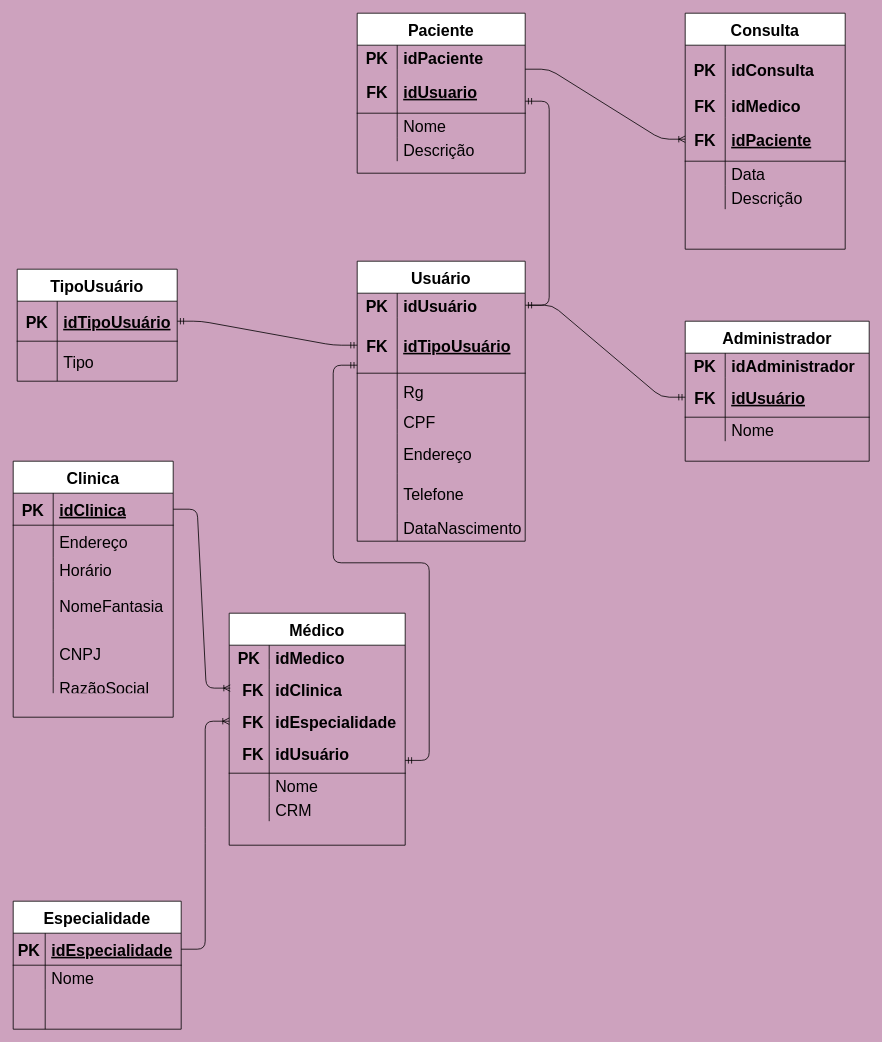
Before: SP Medical Group/Modelagens/med_group_lógico.drawio in KemillyFerreira/senai_sprint1-bd, a draw.io diagram. Source tidied: cells renumbered, new cells numbered last; positions are measured from the earlier drawing's top-left corner, leaving out a move shared by most shapes. Both pictures are drawn from the tidied source at 80%, with x=0, y=0 at pixel (13, 13).
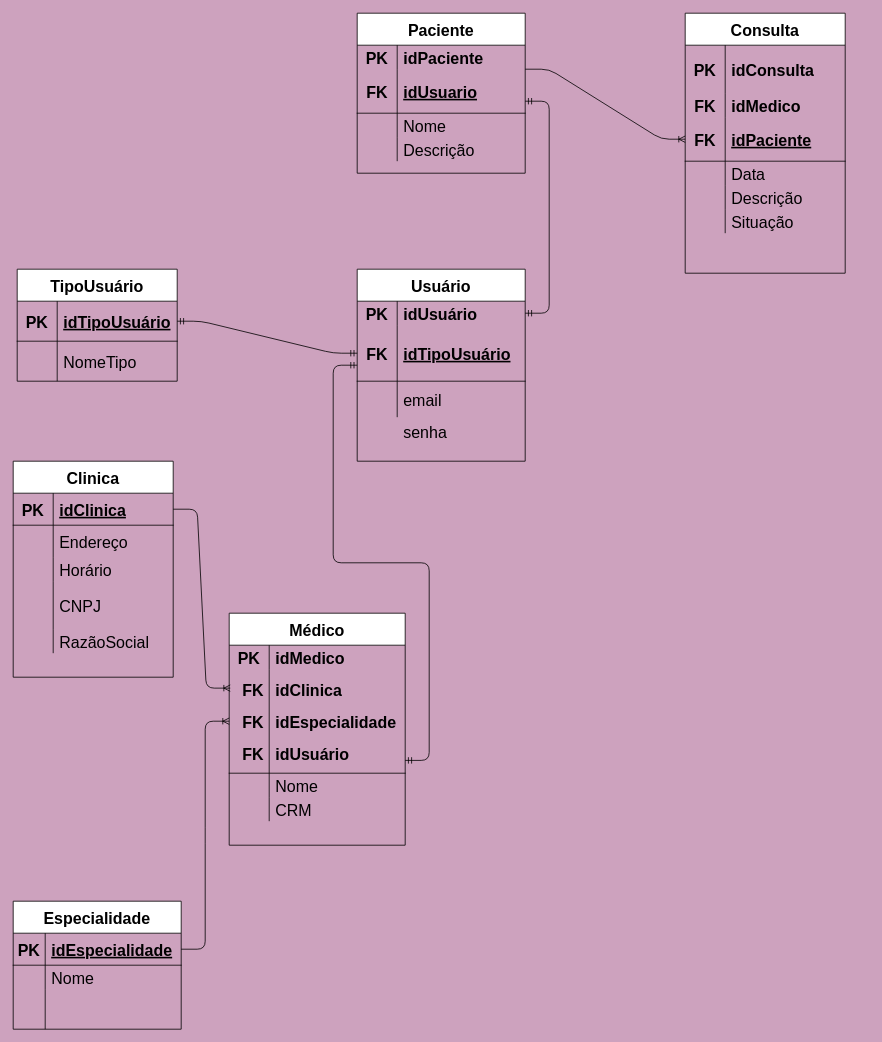
The same diagram, later.

Unchanged cells that the change refers to:
```xml
<mxCell id="6" style="shape=partialRectangle;fillColor=none;top=0;left=0;bottom=0;right=0;" parent="2" vertex="1">
  <mxGeometry y="90" width="200" height="50" as="geometry" />
</mxCell>
<mxCell id="16" style="shape=partialRectangle;fillColor=none;top=0;left=0;bottom=0;right=0;" parent="9" vertex="1">
  <mxGeometry y="140" width="210" height="45" as="geometry" />
</mxCell>
```

The edit, as a diff of the source:
```diff
@@
-    <mxCell id="8" value="Tipo" style="shape=partialRectangle;fillColor=none;top=0;left=0;bottom=0;right=0;align=left;spacingLeft=6;overflow=hidden;fontSize=20;" parent="6" vertex="1">
+    <mxCell id="8" value="NomeTipo" style="shape=partialRectangle;fillColor=none;top=0;left=0;bottom=0;right=0;align=left;spacingLeft=6;overflow=hidden;fontSize=20;" parent="6" vertex="1">
       <mxGeometry x="50" width="150" height="50" as="geometry" />
     </mxCell>
     <mxCell id="9" value="Usuário" style="shape=table;startSize=40;childLayout=tableLayout;rowLines=0;fontStyle=1;align=center;fontSize=20;" parent="1" vertex="1">
-      <mxGeometry x="430" y="310" width="210" height="350" as="geometry" />
+      <mxGeometry x="430" y="320" width="210" height="240" as="geometry" />
     </mxCell>
@@
-    <mxCell id="18" value="Rg" style="shape=partialRectangle;fillColor=none;top=0;left=0;bottom=0;right=0;align=left;spacingLeft=6;overflow=hidden;fontSize=20;" parent="16" vertex="1">
+    <mxCell id="18" value="email" style="shape=partialRectangle;fillColor=none;top=0;left=0;bottom=0;right=0;align=left;spacingLeft=6;overflow=hidden;fontSize=20;" parent="16" vertex="1">
       <mxGeometry x="50" width="160" height="45" as="geometry" />
     </mxCell>
-    <mxCell id="19" style="shape=partialRectangle;fillColor=none;top=0;left=0;bottom=0;right=0;" parent="9" vertex="1">
-      <mxGeometry y="185" width="210" height="30" as="geometry" />
-    </mxCell>
-    <mxCell id="20" style="shape=partialRectangle;fillColor=none;top=0;left=0;bottom=0;right=0;overflow=hidden;" parent="19" vertex="1">
-      <mxGeometry width="50" height="30" as="geometry" />
-    </mxCell>
-    <mxCell id="21" value="CPF" style="shape=partialRectangle;fillColor=none;top=0;left=0;bottom=0;right=0;align=left;spacingLeft=6;overflow=hidden;fontSize=20;" parent="19" vertex="1">
-      <mxGeometry x="50" width="160" height="30" as="geometry" />
-    </mxCell>
-    <mxCell id="22" style="shape=partialRectangle;fillColor=none;top=0;left=0;bottom=0;right=0;" parent="9" vertex="1">
-      <mxGeometry y="215" width="210" height="50" as="geometry" />
-    </mxCell>
-    <mxCell id="23" style="shape=partialRectangle;fillColor=none;top=0;left=0;bottom=0;right=0;overflow=hidden;" parent="22" vertex="1">
-      <mxGeometry width="50" height="50" as="geometry" />
-    </mxCell>
-    <mxCell id="24" value="Endereço" style="shape=partialRectangle;fillColor=none;top=0;left=0;bottom=0;right=0;align=left;spacingLeft=6;overflow=hidden;fontSize=20;" parent="22" vertex="1">
-      <mxGeometry x="50" width="160" height="50" as="geometry" />
-    </mxCell>
-    <mxCell id="25" style="shape=partialRectangle;fillColor=none;top=0;left=0;bottom=0;right=0;" parent="9" vertex="1">
-      <mxGeometry y="265" width="210" height="50" as="geometry" />
-    </mxCell>
-    <mxCell id="26" style="shape=partialRectangle;fillColor=none;top=0;left=0;bottom=0;right=0;overflow=hidden;" parent="25" vertex="1">
-      <mxGeometry width="50" height="50" as="geometry" />
-    </mxCell>
-    <mxCell id="27" value="Telefone" style="shape=partialRectangle;fillColor=none;top=0;left=0;bottom=0;right=0;align=left;spacingLeft=6;overflow=hidden;fontSize=20;" parent="25" vertex="1">
-      <mxGeometry x="50" width="160" height="50" as="geometry" />
-    </mxCell>
-    <mxCell id="28" style="shape=partialRectangle;fillColor=none;top=0;left=0;bottom=0;right=0;" parent="9" vertex="1">
-      <mxGeometry y="315" width="210" height="35" as="geometry" />
-    </mxCell>
-    <mxCell id="29" style="shape=partialRectangle;fillColor=none;top=0;left=0;bottom=0;right=0;overflow=hidden;" parent="28" vertex="1">
-      <mxGeometry width="50" height="35" as="geometry" />
-    </mxCell>
-    <mxCell id="30" value="DataNascimento" style="shape=partialRectangle;fillColor=none;top=0;left=0;bottom=0;right=0;align=left;spacingLeft=6;overflow=hidden;fontSize=20;" parent="28" vertex="1">
-      <mxGeometry x="50" width="160" height="35" as="geometry" />
-    </mxCell>
     <mxCell id="31" value="Clinica" style="shape=table;startSize=40;childLayout=tableLayout;rowLines=0;fontStyle=1;align=center;fontSize=20;" parent="1" vertex="1">
-      <mxGeometry y="560" width="200" height="320" as="geometry" />
+      <mxGeometry y="560" width="200" height="270" as="geometry" />
     </mxCell>
@@
-    <mxCell id="41" style="shape=partialRectangle;fillColor=none;top=0;left=0;bottom=0;right=0;" parent="31" vertex="1">
-      <mxGeometry y="150" width="200" height="60" as="geometry" />
-    </mxCell>
-    <mxCell id="42" style="shape=partialRectangle;fillColor=none;top=0;left=0;bottom=0;right=0;overflow=hidden;" parent="41" vertex="1">
-      <mxGeometry width="50" height="60" as="geometry" />
-    </mxCell>
-    <mxCell id="43" value="NomeFantasia" style="shape=partialRectangle;fillColor=none;top=0;left=0;bottom=0;right=0;align=left;spacingLeft=6;overflow=hidden;fontSize=20;" parent="41" vertex="1">
-      <mxGeometry x="50" width="150" height="60" as="geometry" />
-    </mxCell>
     <mxCell id="44" style="shape=partialRectangle;fillColor=none;top=0;left=0;bottom=0;right=0;" parent="31" vertex="1">
-      <mxGeometry y="210" width="200" height="60" as="geometry" />
+      <mxGeometry y="150" width="200" height="60" as="geometry" />
     </mxCell>
@@
     <mxCell id="47" style="shape=partialRectangle;fillColor=none;top=0;left=0;bottom=0;right=0;" parent="31" vertex="1">
-      <mxGeometry y="270" width="200" height="20" as="geometry" />
+      <mxGeometry y="210" width="200" height="30" as="geometry" />
     </mxCell>
     <mxCell id="48" style="shape=partialRectangle;fillColor=none;top=0;left=0;bottom=0;right=0;overflow=hidden;" parent="47" vertex="1">
-      <mxGeometry width="50" height="20" as="geometry" />
+      <mxGeometry width="50" height="30" as="geometry" />
     </mxCell>
     <mxCell id="49" value="RazãoSocial" style="shape=partialRectangle;fillColor=none;top=0;left=0;bottom=0;right=0;align=left;spacingLeft=6;overflow=hidden;fontSize=20;" parent="47" vertex="1">
-      <mxGeometry x="50" width="150" height="20" as="geometry" />
+      <mxGeometry x="50" width="150" height="30" as="geometry" />
     </mxCell>
@@
     <mxCell id="99" value="Consulta" style="shape=table;startSize=40;childLayout=tableLayout;rowLines=0;fontStyle=1;align=center;fontSize=20;" parent="1" vertex="1">
-      <mxGeometry x="840" width="200" height="295" as="geometry" />
+      <mxGeometry x="840" width="200" height="325" as="geometry" />
     </mxCell>
@@
+    <mxCell id="128" style="shape=partialRectangle;fillColor=none;top=0;left=0;bottom=0;right=0;" parent="99" vertex="1">
+      <mxGeometry y="245" width="200" height="30" as="geometry" />
+    </mxCell>
+    <mxCell id="129" style="shape=partialRectangle;fillColor=none;top=0;left=0;bottom=0;right=0;overflow=hidden;" parent="128" vertex="1">
+      <mxGeometry width="50" height="30" as="geometry" />
+    </mxCell>
+    <mxCell id="130" value="Situação" style="shape=partialRectangle;fillColor=none;top=0;left=0;bottom=0;right=0;align=left;spacingLeft=6;overflow=hidden;fontSize=20;" parent="128" vertex="1">
+      <mxGeometry x="50" width="150" height="30" as="geometry" />
+    </mxCell>
@@
-    <mxCell id="116" value="Administrador" style="shape=table;startSize=40;childLayout=tableLayout;rowLines=0;fontStyle=1;align=center;fontSize=20;" parent="1" vertex="1">
-      <mxGeometry x="840" y="385" width="230" height="175" as="geometry" />
-    </mxCell>
-    <mxCell id="117" style="shape=partialRectangle;fillColor=none;top=0;left=0;bottom=0;right=0;" parent="116" vertex="1">
-      <mxGeometry y="40" width="230" height="30" as="geometry" />
-    </mxCell>
-    <mxCell id="118" value="PK" style="shape=partialRectangle;fillColor=none;top=0;left=0;bottom=0;right=0;fontStyle=1;overflow=hidden;fontSize=20;" parent="117" vertex="1">
-      <mxGeometry width="50" height="30" as="geometry" />
-    </mxCell>
-    <mxCell id="119" value="idAdministrador" style="shape=partialRectangle;fillColor=none;top=0;left=0;bottom=0;right=0;align=left;spacingLeft=6;fontStyle=1;overflow=hidden;fontSize=20;" parent="117" vertex="1">
-      <mxGeometry x="50" width="180" height="30" as="geometry" />
-    </mxCell>
-    <mxCell id="120" style="shape=partialRectangle;fillColor=none;top=0;left=0;bottom=1;right=0;points=[[0,0.5],[1,0.5]];portConstraint=eastwest;" parent="116" vertex="1">
-      <mxGeometry y="70" width="230" height="50" as="geometry" />
-    </mxCell>
-    <mxCell id="121" value="FK" style="shape=partialRectangle;fillColor=none;top=0;left=0;bottom=0;right=0;fontStyle=1;overflow=hidden;fontSize=20;" parent="120" vertex="1">
-      <mxGeometry width="50" height="50" as="geometry" />
-    </mxCell>
-    <mxCell id="122" value="idUsuário" style="shape=partialRectangle;fillColor=none;top=0;left=0;bottom=0;right=0;align=left;spacingLeft=6;fontStyle=5;overflow=hidden;fontSize=20;" parent="120" vertex="1">
-      <mxGeometry x="50" width="180" height="50" as="geometry" />
-    </mxCell>
-    <mxCell id="123" style="shape=partialRectangle;fillColor=none;top=0;left=0;bottom=0;right=0;" parent="116" vertex="1">
-      <mxGeometry y="120" width="230" height="30" as="geometry" />
-    </mxCell>
-    <mxCell id="124" style="shape=partialRectangle;fillColor=none;top=0;left=0;bottom=0;right=0;overflow=hidden;" parent="123" vertex="1">
-      <mxGeometry width="50" height="30" as="geometry" />
-    </mxCell>
-    <mxCell id="125" value="Nome" style="shape=partialRectangle;fillColor=none;top=0;left=0;bottom=0;right=0;align=left;spacingLeft=6;overflow=hidden;fontSize=20;" parent="123" vertex="1">
-      <mxGeometry x="50" width="180" height="30" as="geometry" />
-    </mxCell>
-    <mxCell id="126" style="edgeStyle=entityRelationEdgeStyle;fontSize=12;html=1;endArrow=ERmandOne;strokeWidth=1;entryX=0;entryY=0.5;entryDx=0;entryDy=0;" parent="1" edge="1" target="120">
-      <mxGeometry relative="1" as="geometry">
-        <mxPoint x="644" y="365" as="sourcePoint" />
-      </mxGeometry>
-    </mxCell>
@@
+    <mxCell id="131" style="shape=partialRectangle;fillColor=none;top=0;left=0;bottom=0;right=0;" parent="1" vertex="1">
+      <mxGeometry x="430" y="500" width="210" height="45" as="geometry" />
+    </mxCell>
+    <mxCell id="132" style="shape=partialRectangle;fillColor=none;top=0;left=0;bottom=0;right=0;overflow=hidden;" parent="131" vertex="1">
+      <mxGeometry width="50" height="45" as="geometry" />
+    </mxCell>
+    <mxCell id="133" value="senha" style="shape=partialRectangle;fillColor=none;top=0;left=0;bottom=0;right=0;align=left;spacingLeft=6;overflow=hidden;fontSize=20;" parent="131" vertex="1">
+      <mxGeometry x="50" width="160" height="45" as="geometry" />
+    </mxCell>
```
